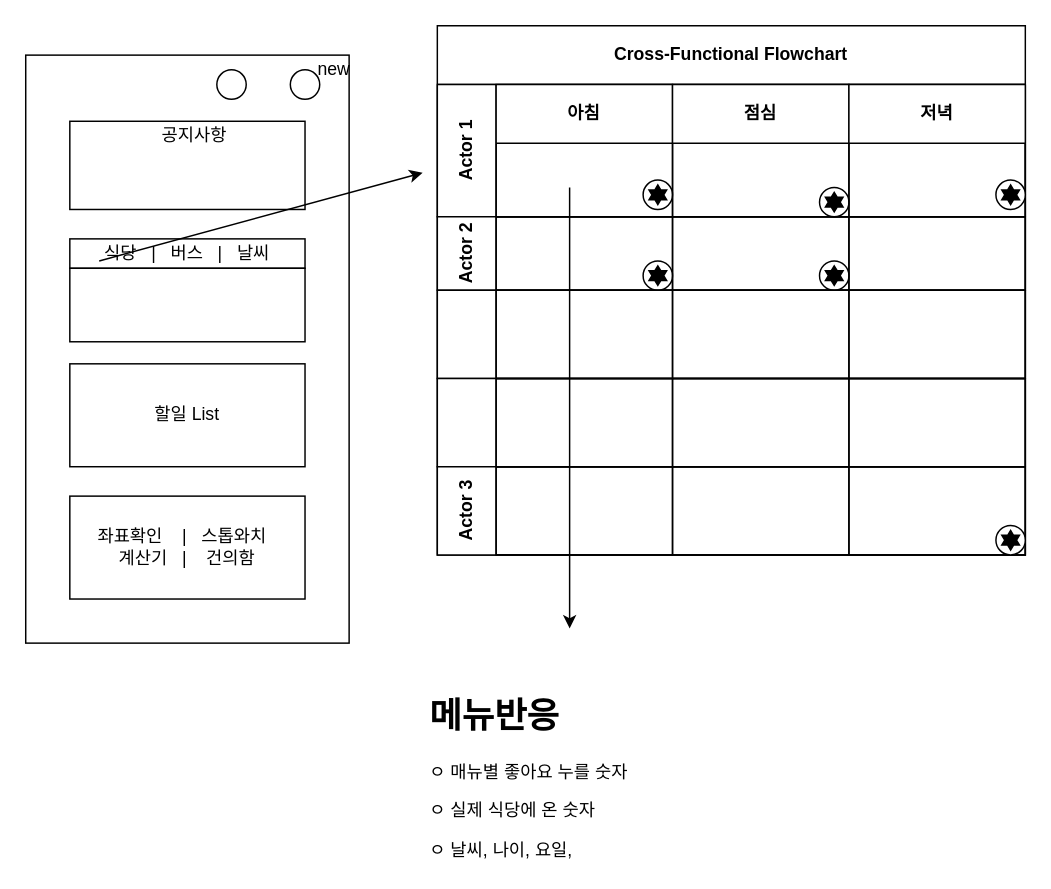
Earlier version of the draw.io diagram Untitled Diagram.drawio (happy-tech/nifs_all). Source tidied: cells renumbered, new cells numbered last; positions are measured from the earlier drawing's top-left corner, leaving out a move shared by most shapes. Both pictures are drawn from the tidied source at 147%, with x=0, y=0 at pixel (25, 25).
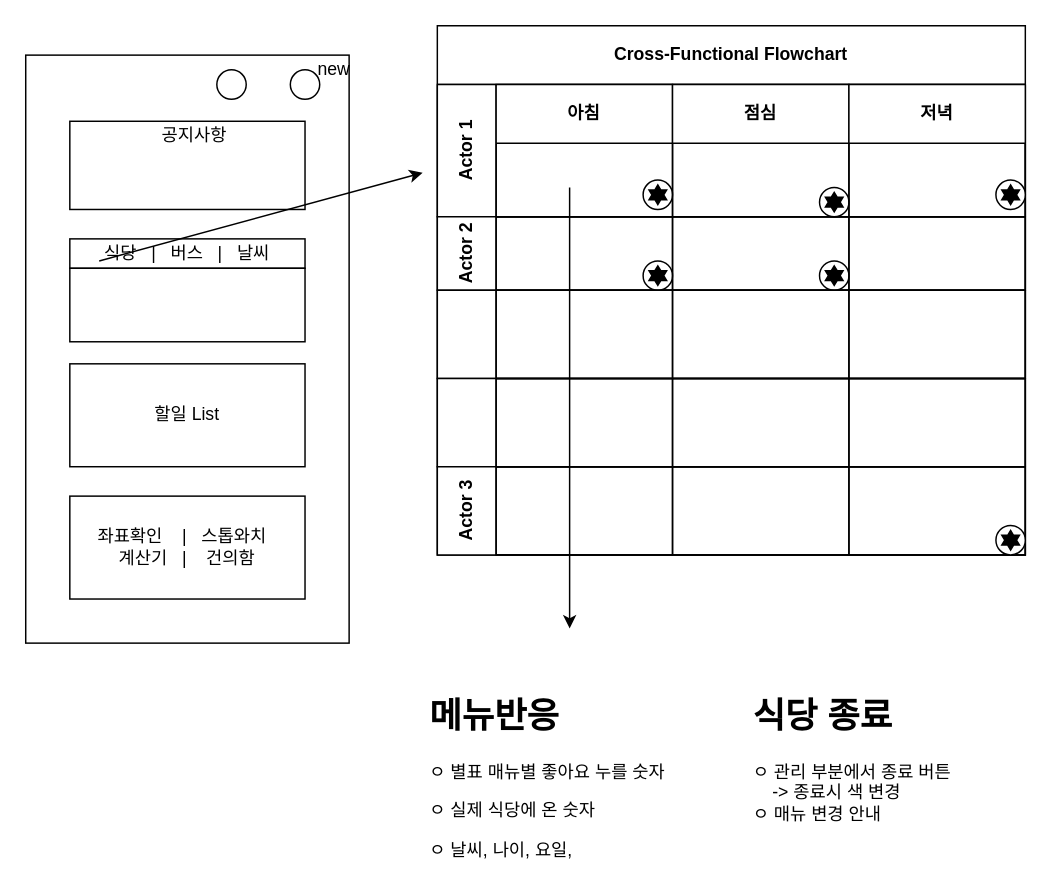
The same diagram, later.

What changed in the source:
```diff
@@
-    <mxCell id="41" value="&lt;h1&gt;메뉴반응&lt;/h1&gt;&lt;p&gt;ㅇ 매뉴별 좋아요 누를 숫자&lt;/p&gt;&lt;p&gt;ㅇ 실제 식당에 온 숫자&lt;/p&gt;&lt;p&gt;ㅇ 날씨, 나이, 요일,&amp;nbsp;&lt;/p&gt;" style="text;html=1;strokeColor=none;fillColor=none;spacing=5;spacingTop=-20;whiteSpace=wrap;overflow=hidden;rounded=0;" parent="1" vertex="1">
+    <mxCell id="41" value="&lt;h1&gt;메뉴반응&lt;/h1&gt;&lt;p&gt;ㅇ 별표 매뉴별 좋아요 누를 숫자&lt;/p&gt;&lt;p&gt;ㅇ 실제 식당에 온 숫자&lt;/p&gt;&lt;p&gt;ㅇ 날씨, 나이, 요일,&amp;nbsp;&lt;/p&gt;" style="text;html=1;strokeColor=none;fillColor=none;spacing=5;spacingTop=-20;whiteSpace=wrap;overflow=hidden;rounded=0;" parent="1" vertex="1">
       <mxGeometry x="270" y="450" width="190" height="120" as="geometry" />
     </mxCell>
+    <mxCell id="42" value="&lt;h1&gt;식당 종료&lt;/h1&gt;&lt;div&gt;ㅇ 관리 부분에서 종료 버튼&lt;/div&gt;&lt;div&gt;&amp;nbsp; &amp;nbsp; -&amp;gt; 종료시 색 변경&lt;/div&gt;&lt;div&gt;ㅇ 매뉴 변경 안내&lt;/div&gt;" style="text;html=1;strokeColor=none;fillColor=none;spacing=5;spacingTop=-20;whiteSpace=wrap;overflow=hidden;rounded=0;" parent="1" vertex="1">
+      <mxGeometry x="490" y="450" width="190" height="120" as="geometry" />
+    </mxCell>
```
